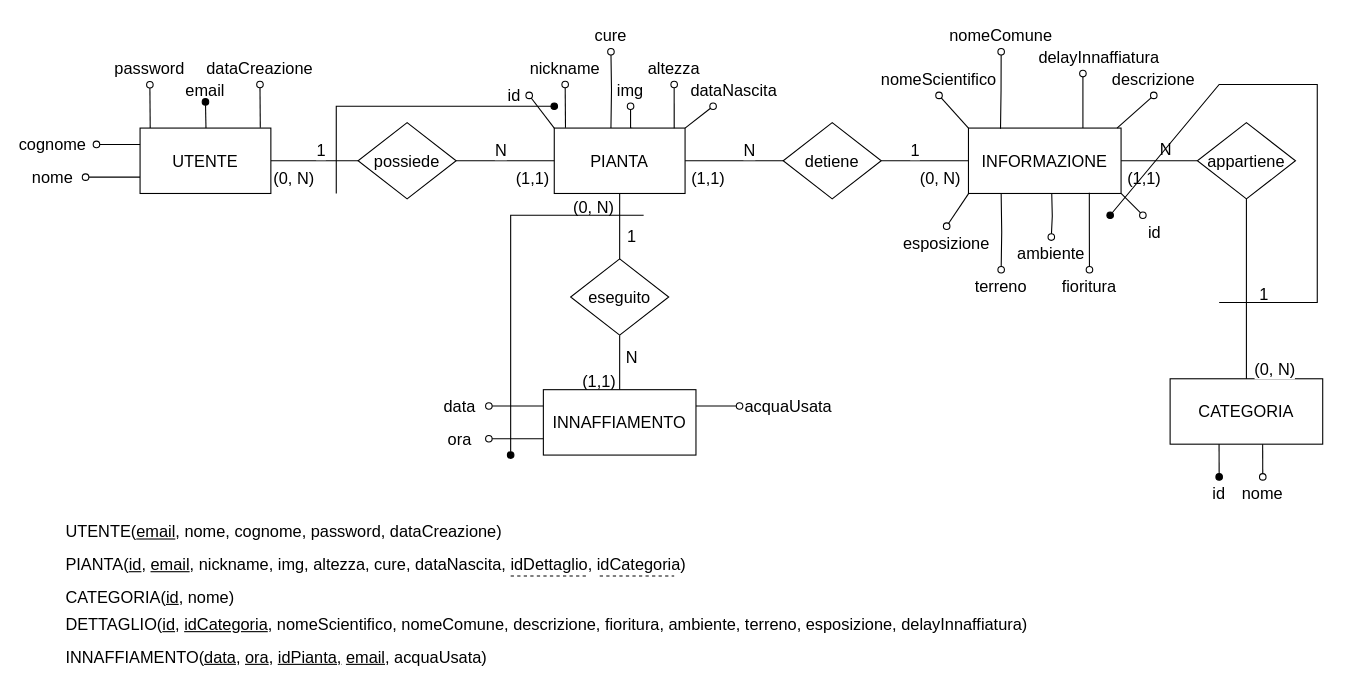
This is docs/ER_kekkactus.drawio from Creativist-official/kekkactus, a draw.io file, before an edit. Source tidied: cells renumbered, new cells numbered last; positions are measured from the earlier drawing's top-left corner, leaving out a move shared by most shapes. Both pictures are drawn from the tidied source at 109%, with x=0, y=0 at pixel (20, 19).
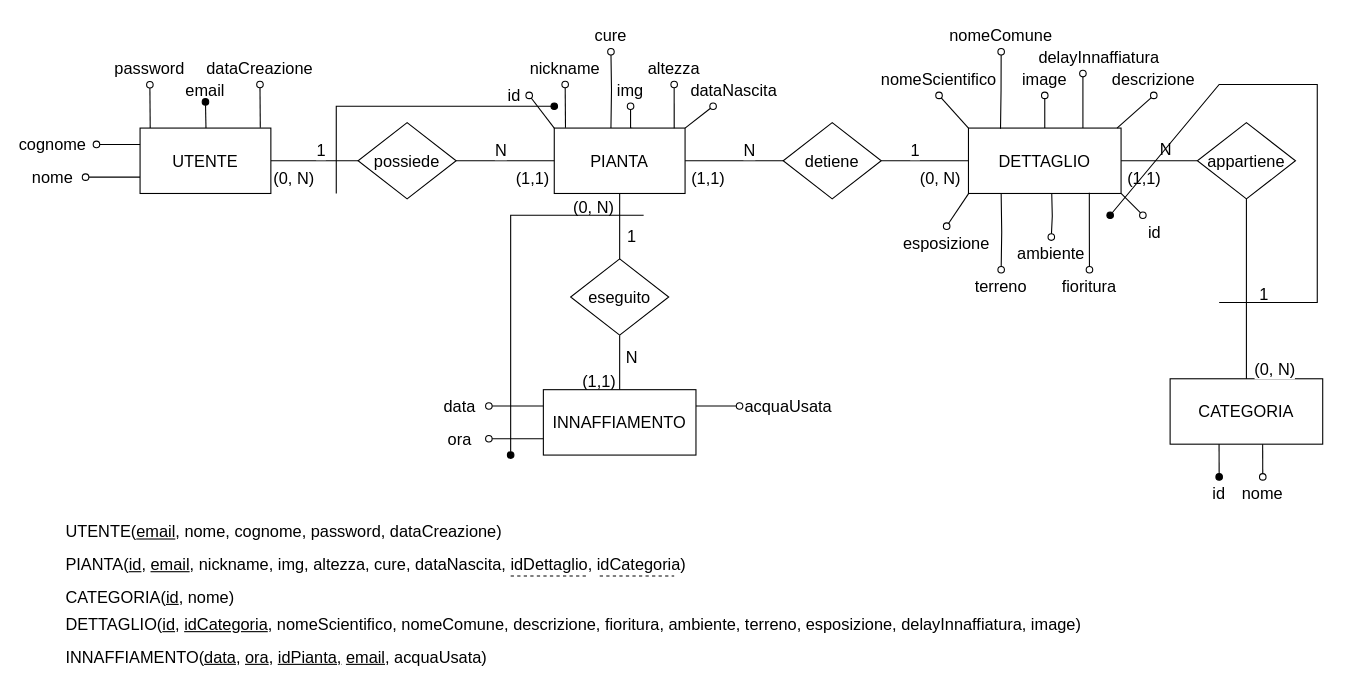
The same page after the edit.

Commit message (it also covers changes not shown here):
Added field image to "INFORMAZIONE"

Change to the diagram source:
```diff
@@
+    <mxCell id="95" style="edgeStyle=none;html=1;endArrow=oval;endFill=0;" parent="1" edge="1" source="43">
+      <mxGeometry relative="1" as="geometry">
+        <mxPoint x="940" y="70" as="targetPoint" />
+      </mxGeometry>
+    </mxCell>
-    <mxCell id="43" value="INFORMAZIONE" style="rounded=0;whiteSpace=wrap;html=1;fontSize=15;" parent="1" vertex="1">
+    <mxCell id="43" value="DETTAGLIO" style="rounded=0;whiteSpace=wrap;html=1;fontSize=15;" parent="1" vertex="1">
       <mxGeometry x="870" y="100" width="140" height="60" as="geometry" />
     </mxCell>
@@
-    <mxCell id="91" value="&lt;div style=&quot;&quot;&gt;&lt;span style=&quot;background-color: initial;&quot;&gt;DETTAGLIO(&lt;/span&gt;&lt;u style=&quot;background-color: initial;&quot;&gt;id&lt;/u&gt;&lt;span style=&quot;background-color: initial;&quot;&gt;, &lt;/span&gt;&lt;u style=&quot;background-color: initial;&quot;&gt;idCategoria&lt;/u&gt;&lt;span style=&quot;background-color: initial;&quot;&gt;, nomeScientifico, nomeComune, descrizione, fioritura, ambiente, terreno, esposizione, delayInnaffiatura)&lt;/span&gt;&lt;/div&gt;" style="text;html=1;strokeColor=none;fillColor=none;align=left;verticalAlign=middle;whiteSpace=wrap;rounded=0;fontSize=15;" parent="1" vertex="1">
+    <mxCell id="91" value="&lt;div style=&quot;&quot;&gt;&lt;span style=&quot;background-color: initial;&quot;&gt;DETTAGLIO(&lt;/span&gt;&lt;u style=&quot;background-color: initial;&quot;&gt;id&lt;/u&gt;&lt;span style=&quot;background-color: initial;&quot;&gt;, &lt;/span&gt;&lt;u style=&quot;background-color: initial;&quot;&gt;idCategoria&lt;/u&gt;&lt;span style=&quot;background-color: initial;&quot;&gt;, nomeScientifico, nomeComune, descrizione, fioritura, ambiente, terreno, esposizione, delayInnaffiatura, image)&lt;/span&gt;&lt;/div&gt;" style="text;html=1;strokeColor=none;fillColor=none;align=left;verticalAlign=middle;whiteSpace=wrap;rounded=0;fontSize=15;" parent="1" vertex="1">
       <mxGeometry x="40" y="540" width="940" height="30" as="geometry" />
     </mxCell>
@@
+    <mxCell id="96" value="image" style="text;html=1;strokeColor=none;fillColor=none;align=center;verticalAlign=middle;whiteSpace=wrap;rounded=0;fontSize=15;" parent="1" vertex="1">
+      <mxGeometry x="910" y="40" width="60" height="30" as="geometry" />
+    </mxCell>
```
